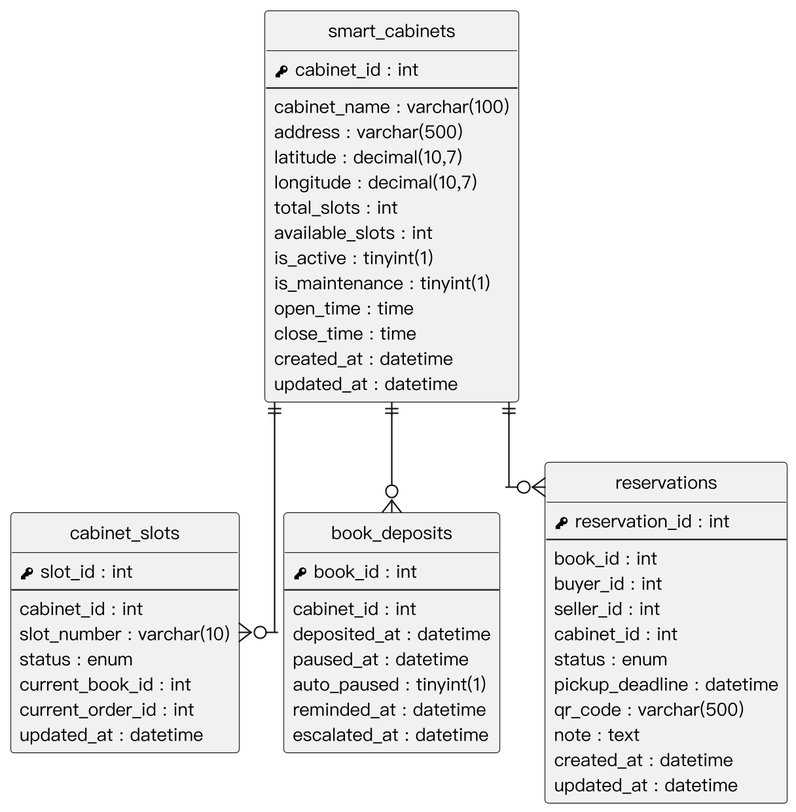
SaveMyBook/SaveMyBook keeps this PlantUML diagram as Diagrams/Relational Tables/v3/er_cabinets.png. Above is the earlier version. Source of this version:
```plantuml
@startuml
skinparam monochrome true
skinparam shadowing false
skinparam dpi 220
skinparam defaultFontName "PingFang TC"
skinparam defaultFontSize 12
skinparam linetype ortho
skinparam nodesep 30
skinparam ranksep 40
hide circle
hide empty methods

entity "smart_cabinets" as smart_cabinets {
  {field} <&key> cabinet_id : int
  --
  {field} cabinet_name : varchar(100)
  {field} address : varchar(500)
  {field} latitude : decimal(10,7)
  {field} longitude : decimal(10,7)
  {field} total_slots : int
  {field} available_slots : int
  {field} is_active : tinyint(1)
  {field} is_maintenance : tinyint(1)
  {field} open_time : time
  {field} close_time : time
  {field} created_at : datetime
  {field} updated_at : datetime
}
entity "cabinet_slots" as cabinet_slots {
  {field} <&key> slot_id : int
  --
  {field} cabinet_id : int
  {field} slot_number : varchar(10)
  {field} status : enum
  {field} current_book_id : int
  {field} current_order_id : int
  {field} updated_at : datetime
}
entity "book_deposits" as book_deposits {
  {field} <&key> book_id : int
  --
  {field} cabinet_id : int
  {field} deposited_at : datetime
  {field} paused_at : datetime
  {field} auto_paused : tinyint(1)
  {field} reminded_at : datetime
  {field} escalated_at : datetime
}
entity "reservations" as reservations {
  {field} <&key> reservation_id : int
  --
  {field} book_id : int
  {field} buyer_id : int
  {field} seller_id : int
  {field} cabinet_id : int
  {field} status : enum
  {field} pickup_deadline : datetime
  {field} qr_code : varchar(500)
  {field} note : text
  {field} created_at : datetime
  {field} updated_at : datetime
}
smart_cabinets ||--o{ cabinet_slots
smart_cabinets ||--o{ book_deposits
smart_cabinets ||--o{ reservations
@enduml
```
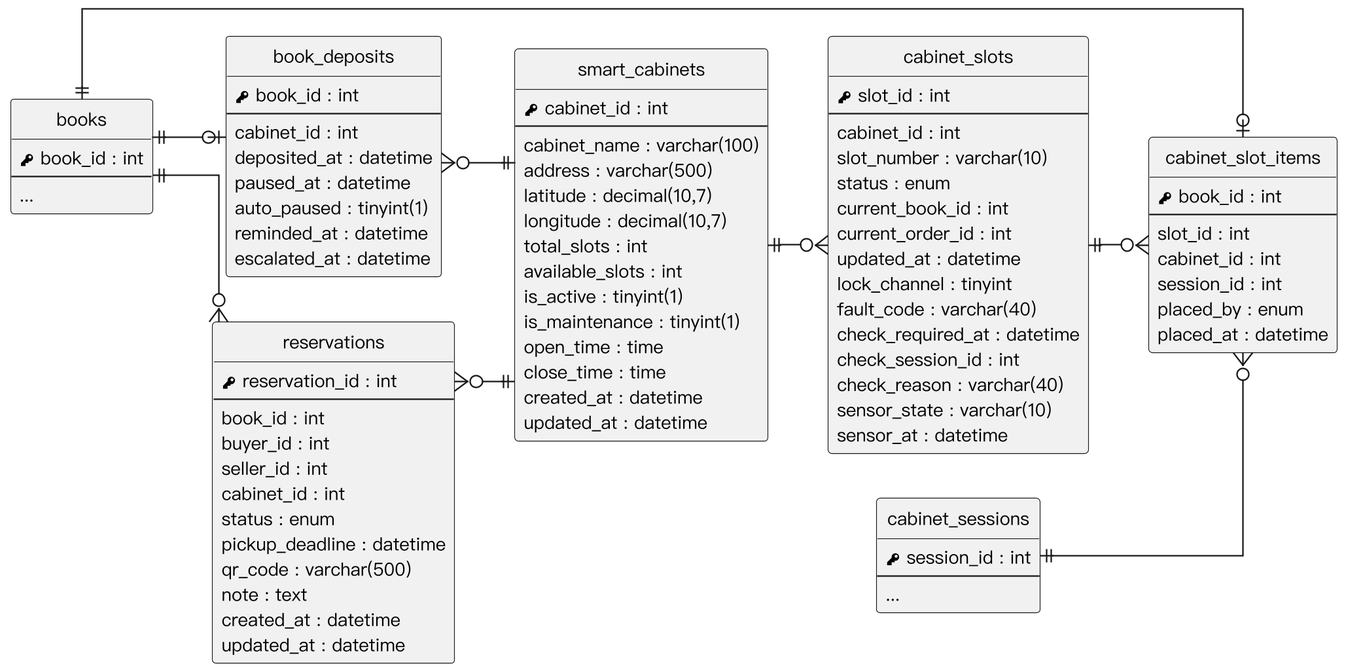
Above is the later version.

Change to the diagram source:
```diff
@@ -9,7 +9,18 @@
 skinparam ranksep 40
 hide circle
 hide empty methods
+left to right direction
 
+entity "books" as books {
+  {field} <&key> book_id : int
+  --
+  ...
+}
+entity "cabinet_sessions" as cabinet_sessions {
+  {field} <&key> session_id : int
+  --
+  ...
+}
 entity "smart_cabinets" as smart_cabinets {
   {field} <&key> cabinet_id : int
   --
@@ -35,6 +46,22 @@
   {field} current_book_id : int
   {field} current_order_id : int
   {field} updated_at : datetime
+  {field} lock_channel : tinyint
+  {field} fault_code : varchar(40)
+  {field} check_required_at : datetime
+  {field} check_session_id : int
+  {field} check_reason : varchar(40)
+  {field} sensor_state : varchar(10)
+  {field} sensor_at : datetime
+}
+entity "cabinet_slot_items" as cabinet_slot_items {
+  {field} <&key> book_id : int
+  --
+  {field} slot_id : int
+  {field} cabinet_id : int
+  {field} session_id : int
+  {field} placed_by : enum
+  {field} placed_at : datetime
 }
 entity "book_deposits" as book_deposits {
   {field} <&key> book_id : int
@@ -61,6 +88,11 @@
   {field} updated_at : datetime
 }
 smart_cabinets ||--o{ cabinet_slots
-smart_cabinets ||--o{ book_deposits
-smart_cabinets ||--o{ reservations
+books ||--o| cabinet_slot_items
+cabinet_slots ||--o{ cabinet_slot_items
+cabinet_sessions ||--o{ cabinet_slot_items
+books ||--o| book_deposits
+book_deposits }o--|| smart_cabinets
+books ||--o{ reservations
+reservations }o--|| smart_cabinets
 @enduml
```
